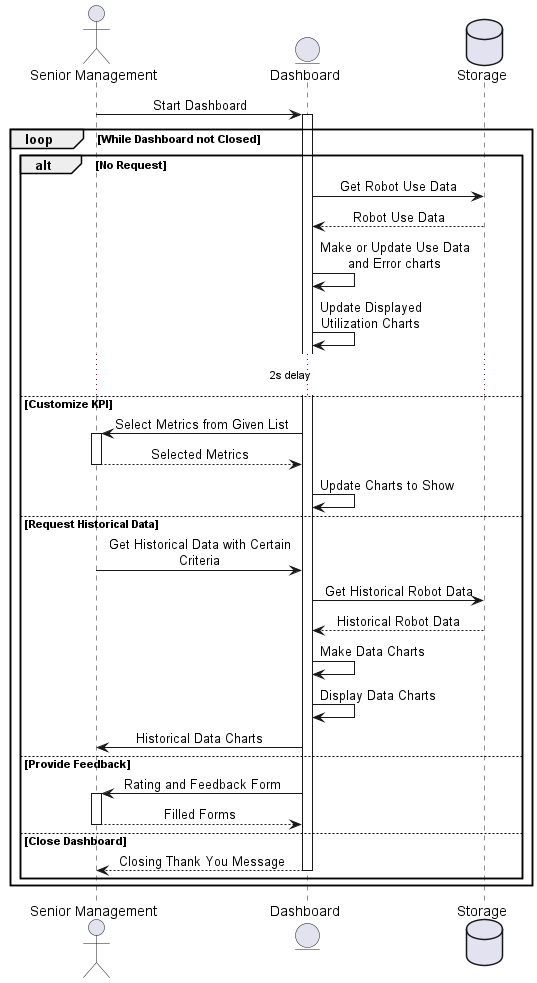
ur-swe-fa24/main-project-snoopy-corp keeps this PlantUML diagram as docs/design/png_files/senior_management.png. Above is the earlier version.
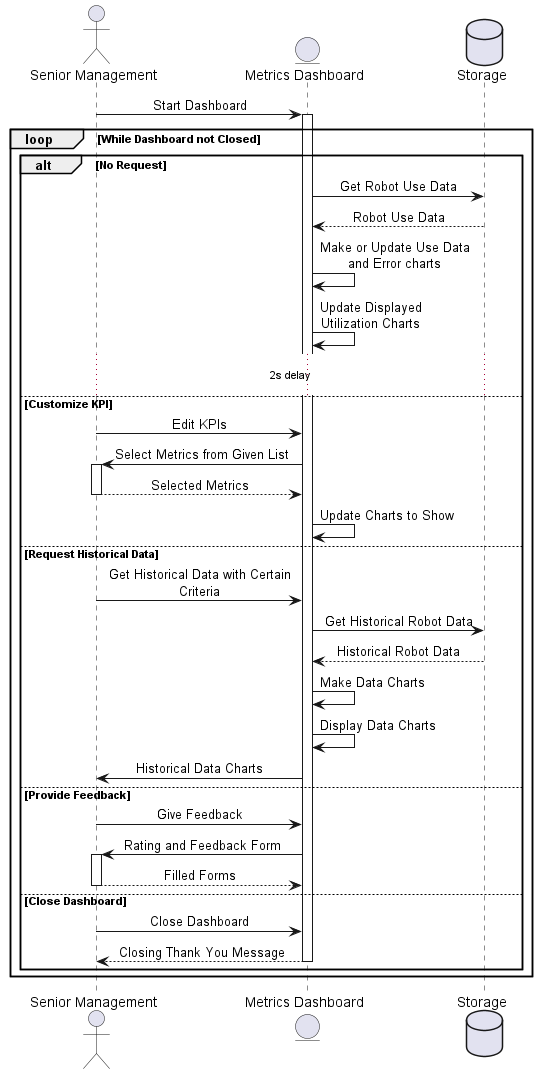
The same file after the commit.

Diff of the diagram source:
```diff
@@ -2,7 +2,7 @@
 
 skinparam sequenceMessageAlign center
 actor Senior_Manager as "Senior Management"
-entity Dashboard
+entity Dashboard as "Metrics Dashboard"
 database Storage
 
 Senior_Manager -> Dashboard: Start Dashboard
@@ -15,6 +15,7 @@
     Dashboard -> Dashboard: Update Displayed\nUtilization Charts
     ... 2s delay ...
 else Customize KPI
+    Senior_Manager -> Dashboard: Edit KPIs
     Dashboard -> Senior_Manager: Select Metrics from Given List
     activate Senior_Manager
     return Selected Metrics
@@ -27,10 +28,12 @@
     Dashboard -> Dashboard: Display Data Charts
     Dashboard -> Senior_Manager: Historical Data Charts
 else Provide Feedback
+    Senior_Manager -> Dashboard: Give Feedback
     Dashboard -> Senior_Manager: Rating and Feedback Form
     activate Senior_Manager
     return Filled Forms
 else Close Dashboard
+    Senior_Manager -> Dashboard: Close Dashboard
     return Closing Thank You Message
 end
 end
```
